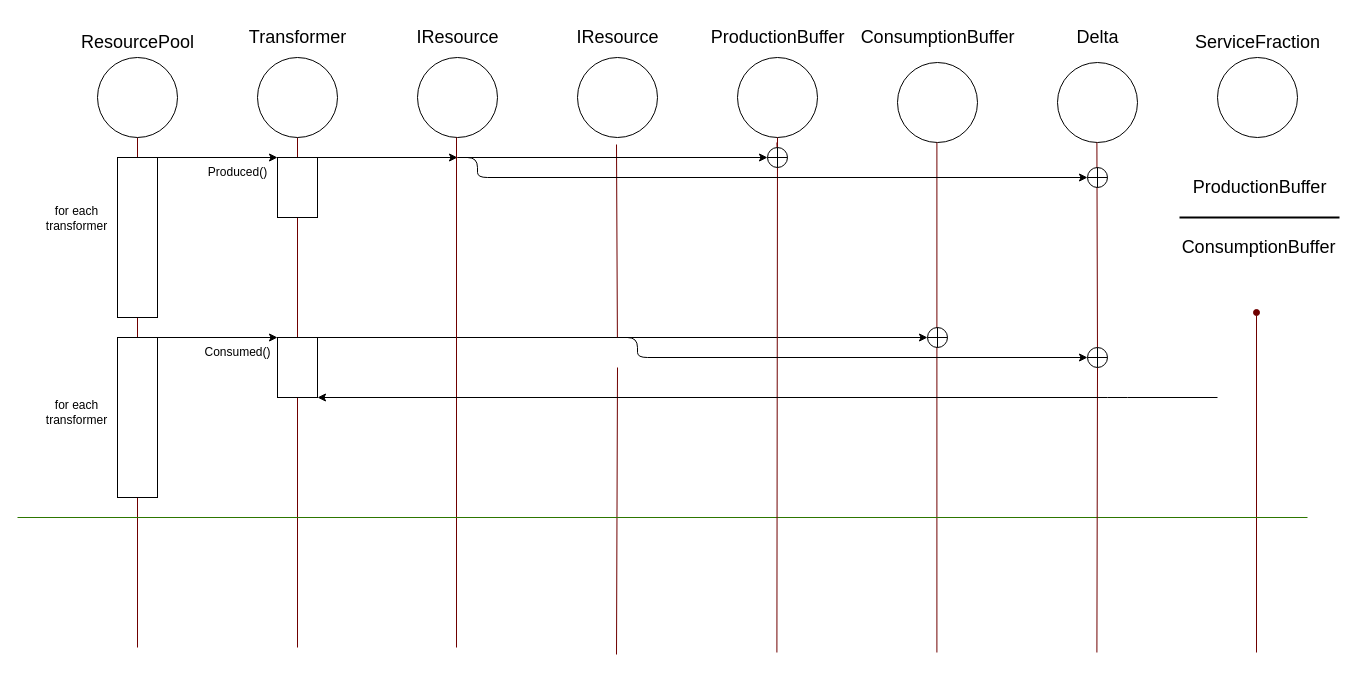
Above: ecoSequence.drawio in CallumWalley/tradeTest (draw.io), before the change. Source tidied: cells renumbered, new cells numbered last; positions are measured from the earlier drawing's top-left corner, leaving out a move shared by most shapes. Both pictures are drawn from the tidied source at 100%, with x=0, y=0 at pixel (17, 17).
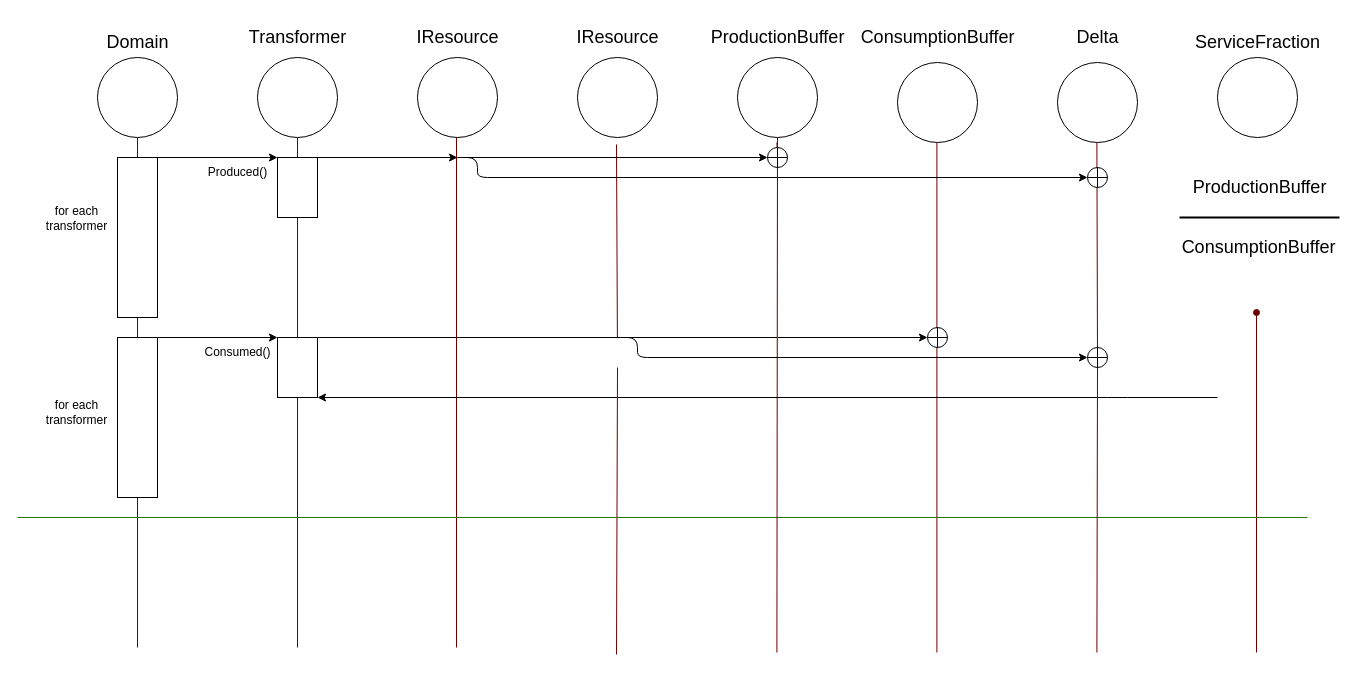
Above is the later version.

The edit, as a diff of the source:
```diff
@@
-    <mxCell id="6" value="&lt;font style=&quot;font-size: 18px;&quot;&gt;ResourcePool&lt;/font&gt;" style="text;html=1;align=center;verticalAlign=middle;strokeColor=none;fillColor=none;" parent="1" vertex="1">
+    <mxCell id="6" value="&lt;font style=&quot;font-size: 18px;&quot;&gt;Domain&lt;/font&gt;" style="text;html=1;align=center;verticalAlign=middle;strokeColor=none;fillColor=none;" parent="1" vertex="1">
       <mxGeometry x="65" y="5" width="110" height="40" as="geometry" />
     </mxCell>
```
